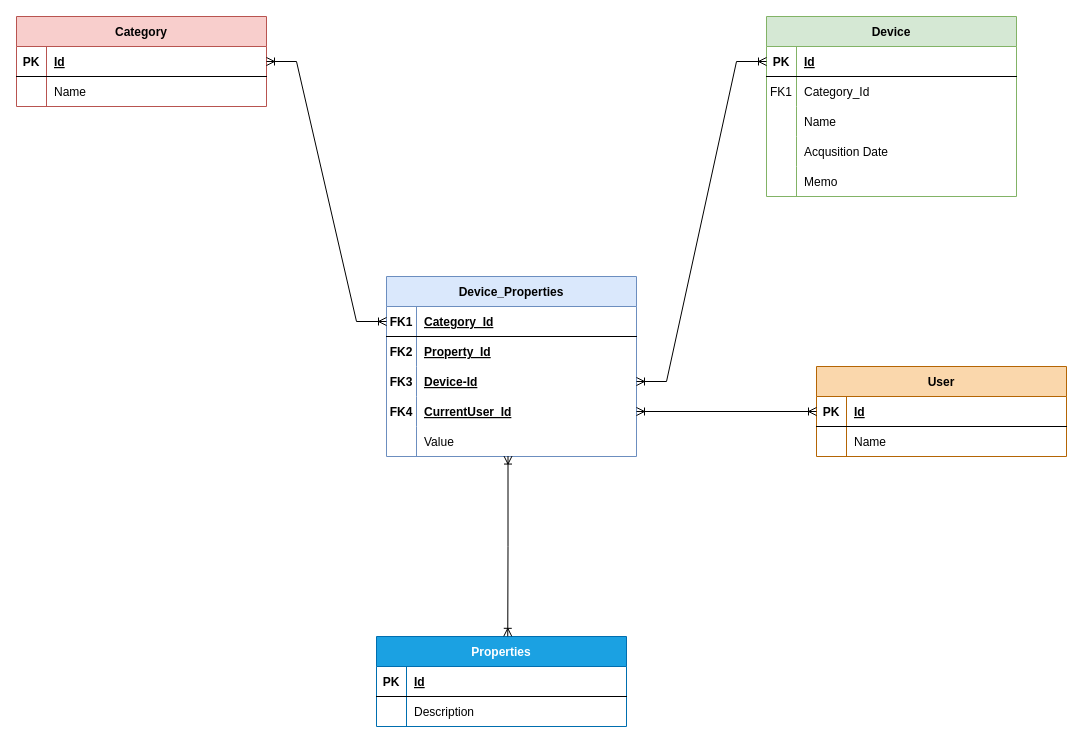
Earlier version of the draw.io diagram DeviceSystem.drawio (KariimAlii/DevicesSystem). Source tidied: cells renumbered, new cells numbered last; positions are measured from the earlier drawing's top-left corner, leaving out a move shared by most shapes. Both pictures are drawn from the tidied source at 100%, with x=0, y=0 at pixel (16, 16).
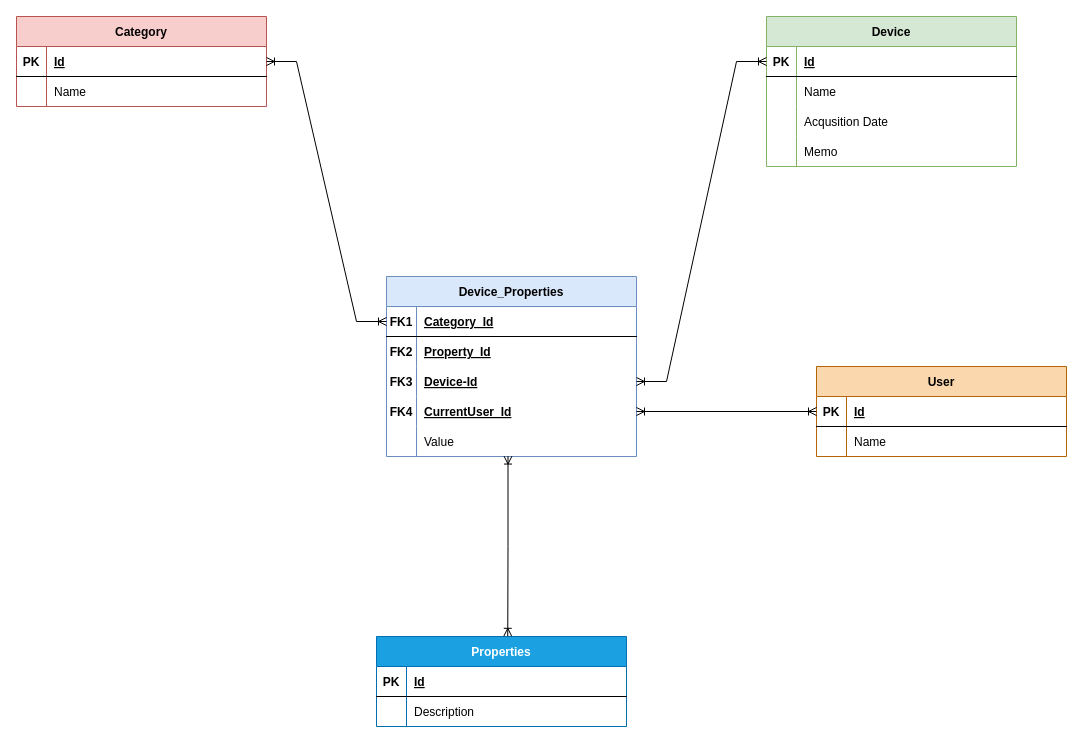
After the change.

Diff of the diagram source:
```diff
@@
     <mxCell id="9" value="Device" style="shape=table;startSize=30;childLayout=tableLayout;rowLines=0;fontStyle=1;align=center;fillColor=#d5e8d4;strokeColor=#82b366;" parent="1" vertex="1">
-      <mxGeometry x="750" width="250" height="180" as="geometry" />
+      <mxGeometry x="750" width="250" height="150" as="geometry" />
     </mxCell>
@@
-    <mxCell id="13" style="shape=partialRectangle;fillColor=none;top=0;left=0;right=0;bottom=0;" parent="9" vertex="1">
-      <mxGeometry y="60" width="250" height="30" as="geometry" />
-    </mxCell>
-    <mxCell id="14" value="FK1" style="shape=partialRectangle;overflow=hidden;fillColor=none;top=0;left=0;bottom=0;right=0;" parent="13" vertex="1">
-      <mxGeometry width="30" height="30" as="geometry" />
-    </mxCell>
-    <mxCell id="15" value="Category_Id" style="shape=partialRectangle;overflow=hidden;fillColor=none;top=0;left=0;bottom=0;right=0;align=left;spacingLeft=6;" parent="13" vertex="1">
-      <mxGeometry x="30" width="220" height="30" as="geometry" />
-    </mxCell>
     <mxCell id="16" style="shape=partialRectangle;fillColor=none;top=0;left=0;right=0;bottom=0;" parent="9" vertex="1">
-      <mxGeometry y="90" width="250" height="30" as="geometry" />
+      <mxGeometry y="60" width="250" height="30" as="geometry" />
     </mxCell>
@@
     <mxCell id="19" style="shape=partialRectangle;fillColor=none;top=0;left=0;right=0;bottom=0;" parent="9" vertex="1">
-      <mxGeometry y="120" width="250" height="30" as="geometry" />
+      <mxGeometry y="90" width="250" height="30" as="geometry" />
     </mxCell>
@@
     <mxCell id="22" style="shape=partialRectangle;fillColor=none;top=0;left=0;right=0;bottom=0;" parent="9" vertex="1">
-      <mxGeometry y="150" width="250" height="30" as="geometry" />
+      <mxGeometry y="120" width="250" height="30" as="geometry" />
     </mxCell>
```
